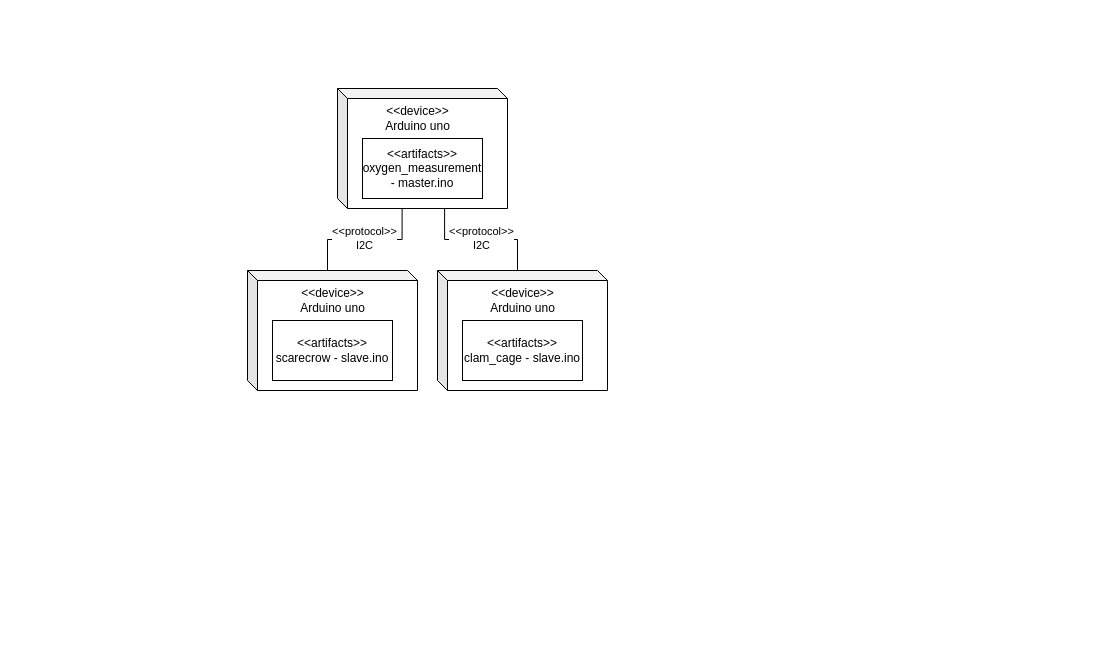
Earlier version of the draw.io diagram Diagrams/Deployment diagram/deployment diagram.drawio (H6SvendreProeve/Documentation). Source tidied: cells renumbered, new cells numbered last; positions are measured from the earlier drawing's top-left corner, leaving out a move shared by most shapes. Both pictures are drawn from the tidied source at 100%, with x=0, y=0 at pixel (247, 88).
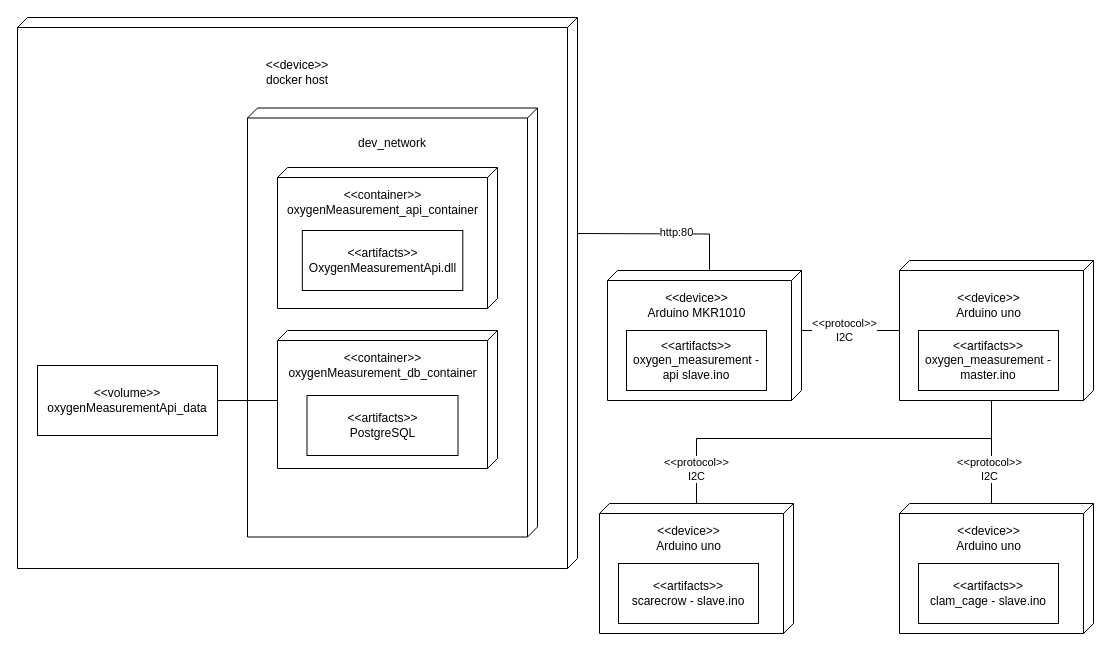
The same page after the edit.

What changed in the source:
```diff
@@
-    <mxCell id="2" style="edgeStyle=orthogonalEdgeStyle;rounded=0;jettySize=auto;html=1;entryX=0;entryY=0;entryDx=80;entryDy=0;entryPerimeter=0;exitX=0.63;exitY=1;exitDx=0;exitDy=0;exitPerimeter=0;endArrow=none;endFill=0;" parent="1" edge="1" source="5" target="9">
-      <mxGeometry relative="1" as="geometry" />
+    <mxCell id="2" style="edgeStyle=orthogonalEdgeStyle;rounded=0;jettySize=auto;html=1;entryX=0;entryY=0;entryDx=0;entryDy=92;entryPerimeter=0;exitX=0;exitY=0;exitDx=140;exitDy=102;exitPerimeter=0;endArrow=none;endFill=0;" parent="1" edge="1" source="16" target="23">
+      <mxGeometry relative="1" as="geometry">
+        <Array as="points">
+          <mxPoint x="752" y="444" />
+        </Array>
+      </mxGeometry>
     </mxCell>
+    <mxCell id="15" value="&amp;lt;&amp;lt;protocol&amp;gt;&amp;gt;&lt;br style=&quot;border-color: var(--border-color);&quot;&gt;I2C" style="edgeLabel;html=1;align=center;verticalAlign=middle;" parent="2" vertex="1">
+      <mxGeometry x="0.5" y="-1" relative="1" as="geometry">
+        <mxPoint x="-2" y="-60" as="offset" />
+      </mxGeometry>
+    </mxCell>
-    <mxCell id="3" style="edgeStyle=orthogonalEdgeStyle;rounded=0;jettySize=auto;html=1;entryX=0;entryY=0;entryDx=80;entryDy=0;entryPerimeter=0;exitX=0.38;exitY=1;exitDx=0;exitDy=0;exitPerimeter=0;endArrow=none;endFill=0;" parent="1" edge="1" source="5" target="7">
-      <mxGeometry relative="1" as="geometry" />
+    <mxCell id="3" style="edgeStyle=orthogonalEdgeStyle;rounded=0;jettySize=auto;html=1;entryX=0;entryY=0;entryDx=0;entryDy=92;entryPerimeter=0;endArrow=none;endFill=0;exitX=0;exitY=0;exitDx=140;exitDy=102;exitPerimeter=0;" parent="1" edge="1" source="16" target="21">
+      <mxGeometry relative="1" as="geometry">
+        <Array as="points">
+          <mxPoint x="744" y="350" />
+          <mxPoint x="449" y="350" />
+          <mxPoint x="449" y="415" />
+        </Array>
+      </mxGeometry>
     </mxCell>
     <mxCell id="4" value="&amp;lt;&amp;lt;protocol&amp;gt;&amp;gt;&lt;br&gt;I2C" style="edgeLabel;html=1;align=center;verticalAlign=middle;" parent="3" vertex="1">
       <mxGeometry x="-0.25" y="1" relative="1" as="geometry">
-        <mxPoint x="-18" y="-3" as="offset" />
+        <mxPoint x="-183" y="29" as="offset" />
       </mxGeometry>
     </mxCell>
-    <mxCell id="5" style="shape=cube;whiteSpace=wrap;html=1;boundedLbl=1;backgroundOutline=1;darkOpacity=0.05;darkOpacity2=0.1;size=10;points=[[0,0,0,0,0],[0,0,0,0,55],[0,0,0,0,110],[0,0,0,5,115],[0,0,0,80,0],[0,0,0,160,0],[0,0,0,165,5],[0,0,0,170,10],[0,0,0,170,65],[0.13,1,0,0,0],[0.25,1,0,0,0],[0.38,1,0,0,0],[0.5,1,0,0,0],[0.63,1,0,0,0],[0.75,1,0,0,0],[0.88,1,0,0,0]];" parent="1" vertex="1">
-      <mxGeometry x="90" width="170" height="120" as="geometry" />
-    </mxCell>
-    <mxCell id="6" value="&amp;lt;&amp;lt;device&amp;gt;&amp;gt;&lt;br&gt;Arduino uno" style="text;html=1;align=center;verticalAlign=middle;strokeColor=none;" parent="1" vertex="1">
-      <mxGeometry x="130" y="15" width="80" height="30" as="geometry" />
-    </mxCell>
-    <mxCell id="7" style="shape=cube;whiteSpace=wrap;html=1;boundedLbl=1;backgroundOutline=1;darkOpacity=0.05;darkOpacity2=0.1;size=10;" parent="1" vertex="1">
-      <mxGeometry y="182" width="170" height="120" as="geometry" />
-    </mxCell>
-    <mxCell id="8" value="&amp;lt;&amp;lt;device&amp;gt;&amp;gt;&lt;br&gt;Arduino uno" style="text;html=1;align=center;verticalAlign=middle;strokeColor=none;" parent="1" vertex="1">
-      <mxGeometry x="40" y="192" width="90" height="40" as="geometry" />
-    </mxCell>
-    <mxCell id="9" style="shape=cube;whiteSpace=wrap;html=1;boundedLbl=1;backgroundOutline=1;darkOpacity=0.05;darkOpacity2=0.1;size=10;" parent="1" vertex="1">
-      <mxGeometry x="190" y="182" width="170" height="120" as="geometry" />
-    </mxCell>
+    <mxCell id="16" style="verticalAlign=top;align=left;shape=cube;size=10;direction=south;fontStyle=0;html=1;boundedLbl=1;spacingLeft=5;whiteSpace=wrap;" parent="1" vertex="1">
+      <mxGeometry x="652" y="172" width="194" height="140" as="geometry" />
+    </mxCell>
+    <mxCell id="13" value="&amp;lt;&amp;lt;artifacts&amp;gt;&amp;gt;&lt;br style=&quot;border-color: var(--border-color);&quot;&gt;oxygen_measurement - master.ino" style="html=1;align=center;verticalAlign=middle;dashed=0;whiteSpace=wrap;" parent="1" vertex="1">
+      <mxGeometry x="671" y="242" width="140" height="60" as="geometry" />
+    </mxCell>
+    <mxCell id="17" value="&amp;lt;&amp;lt;device&amp;gt;&amp;gt;&lt;br&gt;Arduino uno" style="text;html=1;align=center;verticalAlign=middle;strokeColor=none;" parent="1" vertex="1">
+      <mxGeometry x="701" y="202" width="80" height="30" as="geometry" />
+    </mxCell>
+    <mxCell id="18" style="verticalAlign=top;align=left;shape=cube;size=10;direction=south;fontStyle=0;html=1;boundedLbl=1;spacingLeft=5;whiteSpace=wrap;" parent="1" vertex="1">
+      <mxGeometry x="360" y="182" width="194" height="130" as="geometry" />
+    </mxCell>
+    <mxCell id="19" value="&amp;lt;&amp;lt;artifacts&amp;gt;&amp;gt;&lt;br style=&quot;border-color: var(--border-color);&quot;&gt;oxygen_measurement - api slave.ino" style="html=1;align=center;verticalAlign=middle;dashed=0;whiteSpace=wrap;" parent="1" vertex="1">
+      <mxGeometry x="379" y="242" width="140" height="60" as="geometry" />
+    </mxCell>
+    <mxCell id="20" value="&amp;lt;&amp;lt;device&amp;gt;&amp;gt;&lt;br&gt;Arduino MKR1010" style="text;html=1;align=center;verticalAlign=middle;strokeColor=none;" parent="1" vertex="1">
+      <mxGeometry x="389" y="197" width="120" height="40" as="geometry" />
+    </mxCell>
+    <mxCell id="21" style="verticalAlign=top;align=left;shape=cube;size=10;direction=south;fontStyle=0;html=1;boundedLbl=1;spacingLeft=5;whiteSpace=wrap;" parent="1" vertex="1">
+      <mxGeometry x="352" y="415" width="194" height="130" as="geometry" />
+    </mxCell>
+    <mxCell id="12" value="&amp;lt;&amp;lt;artifacts&amp;gt;&amp;gt;&lt;br style=&quot;border-color: var(--border-color);&quot;&gt;scarecrow - slave.ino" style="html=1;align=center;verticalAlign=middle;dashed=0;whiteSpace=wrap;" parent="1" vertex="1">
+      <mxGeometry x="371" y="475" width="140" height="60" as="geometry" />
+    </mxCell>
+    <mxCell id="22" value="&amp;lt;&amp;lt;device&amp;gt;&amp;gt;&lt;br&gt;Arduino uno" style="text;html=1;align=center;verticalAlign=middle;strokeColor=none;" parent="1" vertex="1">
+      <mxGeometry x="396" y="430" width="90" height="40" as="geometry" />
+    </mxCell>
+    <mxCell id="23" style="verticalAlign=top;align=left;shape=cube;size=10;direction=south;fontStyle=0;html=1;boundedLbl=1;spacingLeft=5;whiteSpace=wrap;" parent="1" vertex="1">
+      <mxGeometry x="652" y="415" width="194" height="130" as="geometry" />
+    </mxCell>
-    <mxCell id="10" value="&amp;lt;&amp;lt;artifacts&amp;gt;&amp;gt;&lt;br&gt;clam_cage - slave.ino" style="rounded=0;whiteSpace=wrap;html=1;" parent="1" vertex="1">
-      <mxGeometry x="215" y="232" width="120" height="60" as="geometry" />
+    <mxCell id="10" value="&amp;lt;&amp;lt;artifacts&amp;gt;&amp;gt;&lt;br style=&quot;border-color: var(--border-color);&quot;&gt;clam_cage - slave.ino" style="html=1;align=center;verticalAlign=middle;dashed=0;whiteSpace=wrap;" parent="1" vertex="1">
+      <mxGeometry x="671" y="475" width="140" height="60" as="geometry" />
     </mxCell>
-    <mxCell id="11" value="&amp;lt;&amp;lt;device&amp;gt;&amp;gt;&lt;br&gt;Arduino uno" style="text;html=1;align=center;verticalAlign=middle;strokeColor=none;" parent="1" vertex="1">
-      <mxGeometry x="235" y="197" width="80" height="30" as="geometry" />
-    </mxCell>
-    <mxCell id="12" value="&amp;lt;&amp;lt;artifacts&amp;gt;&amp;gt;&lt;br&gt;scarecrow - slave.ino" style="rounded=0;whiteSpace=wrap;html=1;" parent="1" vertex="1">
-      <mxGeometry x="25" y="232" width="120" height="60" as="geometry" />
-    </mxCell>
-    <mxCell id="13" value="&amp;lt;&amp;lt;artifacts&amp;gt;&amp;gt;&lt;br&gt;oxygen_measurement - master.ino" style="rounded=0;whiteSpace=wrap;html=1;" parent="1" vertex="1">
-      <mxGeometry x="115" y="50" width="120" height="60" as="geometry" />
-    </mxCell>
-    <mxCell id="14" value="&amp;lt;&amp;lt;protocol&amp;gt;&amp;gt;&lt;br&gt;I2C" style="edgeLabel;html=1;align=center;verticalAlign=middle;" parent="1" vertex="1">
-      <mxGeometry x="205" y="129.5" as="geometry">
-        <mxPoint x="28" y="20" as="offset" />
-      </mxGeometry>
-    </mxCell>
+    <mxCell id="24" value="&amp;lt;&amp;lt;device&amp;gt;&amp;gt;&lt;br&gt;Arduino uno" style="text;html=1;align=center;verticalAlign=middle;strokeColor=none;" parent="1" vertex="1">
+      <mxGeometry x="696" y="430" width="90" height="40" as="geometry" />
+    </mxCell>
+    <mxCell id="25" style="edgeStyle=orthogonalEdgeStyle;rounded=0;jettySize=auto;html=1;entryX=0;entryY=0;entryDx=60;entryDy=0;entryPerimeter=0;endArrow=none;endFill=0;" parent="1" edge="1" source="16" target="18">
+      <mxGeometry relative="1" as="geometry" />
+    </mxCell>
+    <mxCell id="26" value="&amp;lt;&amp;lt;protocol&amp;gt;&amp;gt;&lt;br style=&quot;border-color: var(--border-color);&quot;&gt;I2C" style="edgeLabel;html=1;align=center;verticalAlign=middle;" parent="25" vertex="1">
+      <mxGeometry x="0.15" y="-1" relative="1" as="geometry" />
+    </mxCell>
+    <mxCell id="27" style="verticalAlign=top;align=left;shape=cube;size=10;direction=south;fontStyle=0;html=1;boundedLbl=1;spacingLeft=5;whiteSpace=wrap;" parent="1" vertex="1">
+      <mxGeometry x="-230" y="-71" width="560" height="551" as="geometry" />
+    </mxCell>
+    <mxCell id="28" value="&amp;lt;&amp;lt;device&amp;gt;&amp;gt;&lt;br style=&quot;border-color: var(--border-color);&quot;&gt;docker host" style="text;html=1;strokeColor=none;fillColor=none;align=center;verticalAlign=middle;whiteSpace=wrap;rounded=0;" parent="1" vertex="1">
+      <mxGeometry x="20" y="-31" width="60" height="30" as="geometry" />
+    </mxCell>
+    <mxCell id="29" style="verticalAlign=top;align=left;shape=cube;size=10;direction=south;fontStyle=0;html=1;boundedLbl=1;spacingLeft=5;whiteSpace=wrap;" parent="1" vertex="1">
+      <mxGeometry y="19.5" width="290" height="429" as="geometry" />
+    </mxCell>
+    <mxCell id="30" value="dev_network" style="text;html=1;strokeColor=none;fillColor=none;align=center;verticalAlign=middle;whiteSpace=wrap;rounded=0;" parent="1" vertex="1">
+      <mxGeometry x="115" y="40" width="60" height="30" as="geometry" />
+    </mxCell>
+    <mxCell id="31" value="&amp;lt;&amp;lt;volume&amp;gt;&amp;gt;&lt;br style=&quot;border-color: var(--border-color);&quot;&gt;oxygenMeasurementApi_data" style="rounded=0;whiteSpace=wrap;html=1;" parent="1" vertex="1">
+      <mxGeometry x="-210" y="277" width="180" height="70" as="geometry" />
+    </mxCell>
+    <mxCell id="32" style="verticalAlign=top;align=left;shape=cube;size=10;direction=south;fontStyle=0;html=1;boundedLbl=1;spacingLeft=5;whiteSpace=wrap;" parent="1" vertex="1">
+      <mxGeometry x="30" y="79" width="220" height="141" as="geometry" />
+    </mxCell>
+    <mxCell id="33" value="&amp;lt;&amp;lt;artifacts&amp;gt;&amp;gt;&lt;br style=&quot;border-color: var(--border-color);&quot;&gt;OxygenMeasurementApi.dll" style="html=1;align=center;verticalAlign=middle;dashed=0;whiteSpace=wrap;" parent="1" vertex="1">
+      <mxGeometry x="54.8" y="142" width="160.5" height="60" as="geometry" />
+    </mxCell>
+    <mxCell id="34" value="&amp;lt;&amp;lt;container&amp;gt;&amp;gt;&lt;br style=&quot;border-color: var(--border-color);&quot;&gt;&lt;span style=&quot;&quot;&gt;oxygenMeasurement_api_container&lt;/span&gt;" style="text;html=1;align=center;verticalAlign=middle;strokeColor=none;" parent="1" vertex="1">
+      <mxGeometry x="30" y="94" width="210" height="40" as="geometry" />
+    </mxCell>
+    <mxCell id="35" style="verticalAlign=top;align=left;shape=cube;size=10;direction=south;fontStyle=0;html=1;boundedLbl=1;spacingLeft=5;whiteSpace=wrap;" parent="1" vertex="1">
+      <mxGeometry x="30" y="242" width="220" height="138" as="geometry" />
+    </mxCell>
+    <mxCell id="36" value="&amp;lt;&amp;lt;artifacts&amp;gt;&amp;gt;&lt;br style=&quot;border-color: var(--border-color);&quot;&gt;PostgreSQL" style="html=1;align=center;verticalAlign=middle;dashed=0;whiteSpace=wrap;" parent="1" vertex="1">
+      <mxGeometry x="59.5" y="307" width="151" height="60" as="geometry" />
+    </mxCell>
+    <mxCell id="37" value="&amp;lt;&amp;lt;container&amp;gt;&amp;gt;&lt;br style=&quot;border-color: var(--border-color);&quot;&gt;&lt;span style=&quot;&quot;&gt;oxygenMeasurement_db_container&lt;/span&gt;" style="text;html=1;align=center;verticalAlign=middle;strokeColor=none;" parent="1" vertex="1">
+      <mxGeometry x="30" y="257" width="210" height="40" as="geometry" />
+    </mxCell>
+    <mxCell id="38" style="edgeStyle=orthogonalEdgeStyle;rounded=0;jettySize=auto;html=1;entryX=0;entryY=0;entryDx=70;entryDy=220;entryPerimeter=0;endArrow=none;endFill=0;" parent="1" edge="1" source="31" target="35">
+      <mxGeometry relative="1" as="geometry" />
+    </mxCell>
+    <mxCell id="39" style="edgeStyle=orthogonalEdgeStyle;rounded=0;jettySize=auto;html=1;entryX=0;entryY=0;entryDx=0;entryDy=92;entryPerimeter=0;endArrow=none;endFill=0;" parent="1" edge="1" target="18">
+      <mxGeometry relative="1" as="geometry">
+        <mxPoint x="330" y="145" as="sourcePoint" />
+      </mxGeometry>
+    </mxCell>
+    <mxCell id="40" value="http:80" style="edgeLabel;html=1;align=center;verticalAlign=middle;" parent="39" vertex="1">
+      <mxGeometry x="0.03" y="1" relative="1" as="geometry">
+        <mxPoint x="11" y="-1" as="offset" />
+      </mxGeometry>
+    </mxCell>
```
